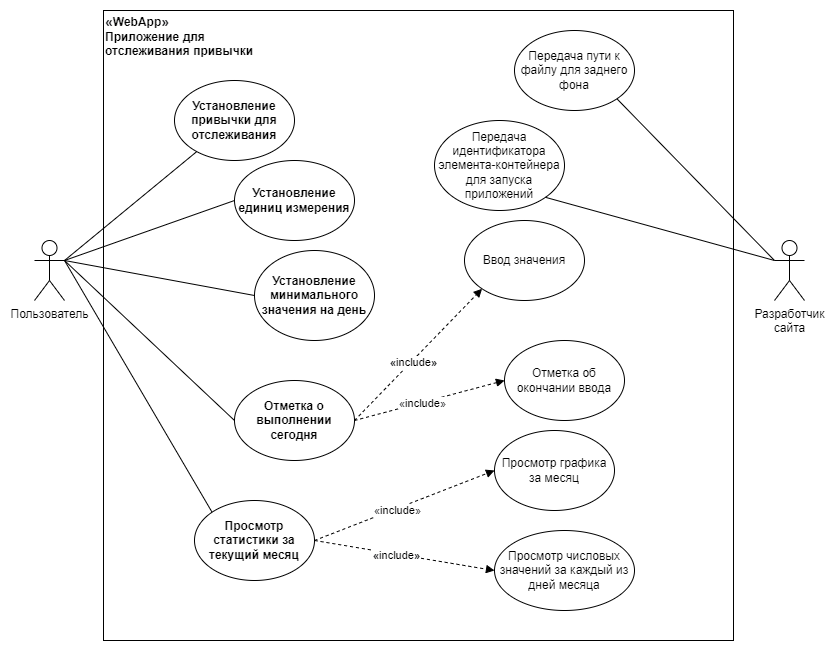
The draw.io diagram ДюгайАндрей.png in andrey-2-4/zebra-is-a-cautious-guacamole, before a commit. Source tidied: cells renumbered, new cells last; positions are measured from the earlier drawing's top-left corner, leaving out a move shared by most shapes.
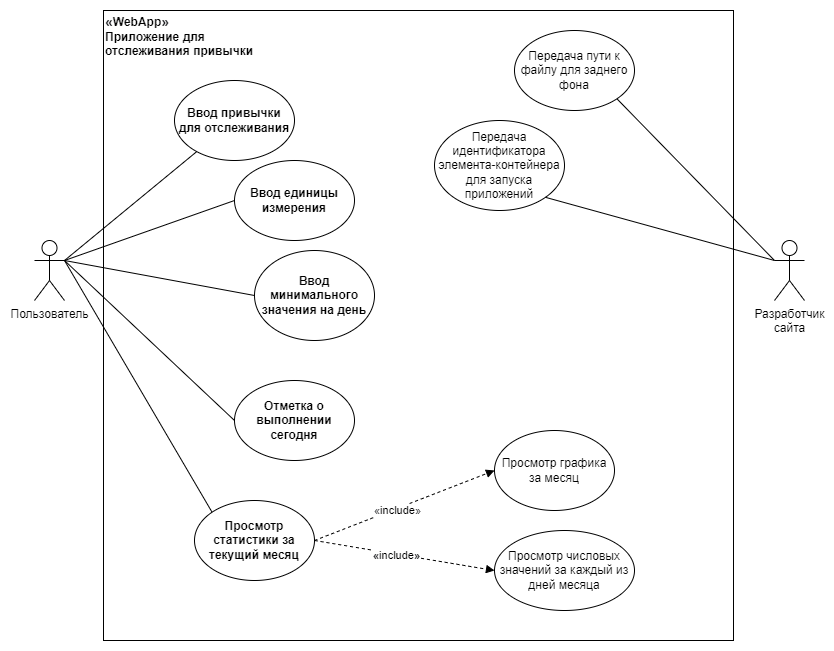
Above is the later version.

Diff of the diagram source:
```diff
@@ -17,16 +17,16 @@
     <mxCell id="6" style="endArrow=none;html=1;rounded=0;exitX=1;exitY=0.3333333333333333;exitDx=0;exitDy=0;exitPerimeter=0;" parent="1" edge="1" source="2" target="7">
       <mxGeometry relative="1" as="geometry" />
     </mxCell>
-    <mxCell id="7" value="&lt;b&gt;Установление привычки для отслеживания&lt;/b&gt;" style="ellipse;whiteSpace=wrap;html=1;" parent="1" vertex="1">
+    <mxCell id="7" value="&lt;b&gt;Ввод привычки для отслеживания&lt;/b&gt;" style="ellipse;whiteSpace=wrap;html=1;" parent="1" vertex="1">
       <mxGeometry x="140" y="70" width="120" height="80" as="geometry" />
     </mxCell>
-    <mxCell id="8" value="&lt;b&gt;Установление минимального значения на день&lt;/b&gt;" style="ellipse;whiteSpace=wrap;html=1;" parent="1" vertex="1">
+    <mxCell id="8" value="&lt;b&gt;Ввод минимального значения на день&lt;/b&gt;" style="ellipse;whiteSpace=wrap;html=1;" parent="1" vertex="1">
       <mxGeometry x="220" y="240" width="120" height="90" as="geometry" />
     </mxCell>
     <mxCell id="9" style="endArrow=none;html=1;rounded=0;exitX=1;exitY=0.3333333333333333;exitDx=0;exitDy=0;exitPerimeter=0;entryX=0;entryY=0.5;entryDx=0;entryDy=0;" parent="1" edge="1" source="2" target="8">
       <mxGeometry relative="1" as="geometry" />
     </mxCell>
-    <mxCell id="10" value="&lt;b&gt;Установление единиц измерения&lt;/b&gt;" style="ellipse;whiteSpace=wrap;html=1;" parent="1" vertex="1">
+    <mxCell id="10" value="&lt;b&gt;Ввод единицы измерения&lt;/b&gt;" style="ellipse;whiteSpace=wrap;html=1;" parent="1" vertex="1">
       <mxGeometry x="200" y="150" width="120" height="80" as="geometry" />
     </mxCell>
     <mxCell id="11" style="endArrow=none;html=1;rounded=0;exitX=1;exitY=0.3333333333333333;exitDx=0;exitDy=0;exitPerimeter=0;entryX=0;entryY=0.5;entryDx=0;entryDy=0;" parent="1" edge="1" source="2" target="10">
@@ -46,24 +46,6 @@
         <mxPoint x="30" y="250" as="sourcePoint" />
       </mxGeometry>
     </mxCell>
-    <mxCell id="16" value="Ввод значения" style="ellipse;whiteSpace=wrap;html=1;" parent="1" vertex="1">
-      <mxGeometry x="430" y="210" width="120" height="80" as="geometry" />
-    </mxCell>
-    <mxCell id="17" style="endArrow=block;dashed=1;html=1;rounded=0;exitX=1;exitY=0.5;exitDx=0;exitDy=0;endFill=1;entryX=0;entryY=1;entryDx=0;entryDy=0;" parent="1" edge="1" source="12" target="16">
-      <mxGeometry relative="1" as="geometry" />
-    </mxCell>
-    <mxCell id="18" value="&lt;font style=&quot;font-size: 11px;&quot;&gt;&lt;b style=&quot;color: rgb(32, 33, 36); font-family: &amp;quot;Google Sans&amp;quot;, arial, sans-serif; text-align: left;&quot;&gt;«&lt;/b&gt;include&lt;b style=&quot;border-color: var(--border-color); text-align: left; color: rgb(32, 33, 36); font-family: &amp;quot;Google Sans&amp;quot;, arial, sans-serif;&quot;&gt;»&lt;/b&gt;&lt;/font&gt;" style="edgeLabel;html=1;align=center;verticalAlign=middle;" parent="17" vertex="1">
-      <mxGeometry x="-0.09" y="-1" relative="1" as="geometry" />
-    </mxCell>
-    <mxCell id="19" value="Отметка об окончании ввода" style="ellipse;whiteSpace=wrap;html=1;" parent="1" vertex="1">
-      <mxGeometry x="470" y="330" width="120" height="80" as="geometry" />
-    </mxCell>
-    <mxCell id="20" style="endArrow=block;dashed=1;html=1;rounded=0;exitX=1;exitY=0.5;exitDx=0;exitDy=0;entryX=0;entryY=0.5;entryDx=0;entryDy=0;endFill=1;" parent="1" edge="1" source="12" target="19">
-      <mxGeometry relative="1" as="geometry" />
-    </mxCell>
-    <mxCell id="21" value="&lt;font style=&quot;font-size: 11px;&quot;&gt;&lt;span style=&quot;color: rgb(32, 33, 36); font-family: &amp;quot;Google Sans&amp;quot;, arial, sans-serif; text-align: left;&quot;&gt;«&lt;/span&gt;include&lt;span style=&quot;border-color: var(--border-color); text-align: left; color: rgb(32, 33, 36); font-family: &amp;quot;Google Sans&amp;quot;, arial, sans-serif;&quot;&gt;»&lt;/span&gt;&lt;/font&gt;" style="edgeLabel;html=1;align=center;verticalAlign=middle;" parent="20" vertex="1">
-      <mxGeometry x="-0.09" y="-1" relative="1" as="geometry" />
-    </mxCell>
     <mxCell id="22" value="Просмотр графика за месяц" style="ellipse;whiteSpace=wrap;html=1;" parent="1" vertex="1">
       <mxGeometry x="460" y="420" width="120" height="80" as="geometry" />
     </mxCell>
```
